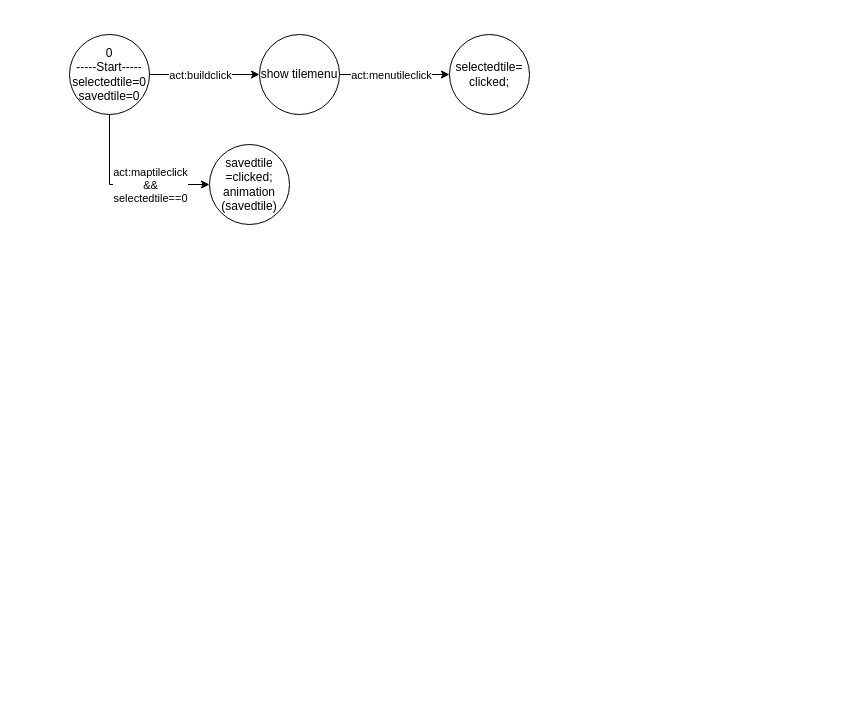
Trelel129/asset keeps this draw.io diagram as SurgaKulinerfsm.drawio. Above is the earlier version. Source tidied: cells renumbered, new cells numbered last; positions are measured from the earlier drawing's top-left corner, leaving out a move shared by most shapes. Both pictures are drawn from the tidied source at 100%, with x=0, y=0 at pixel (69, 34).
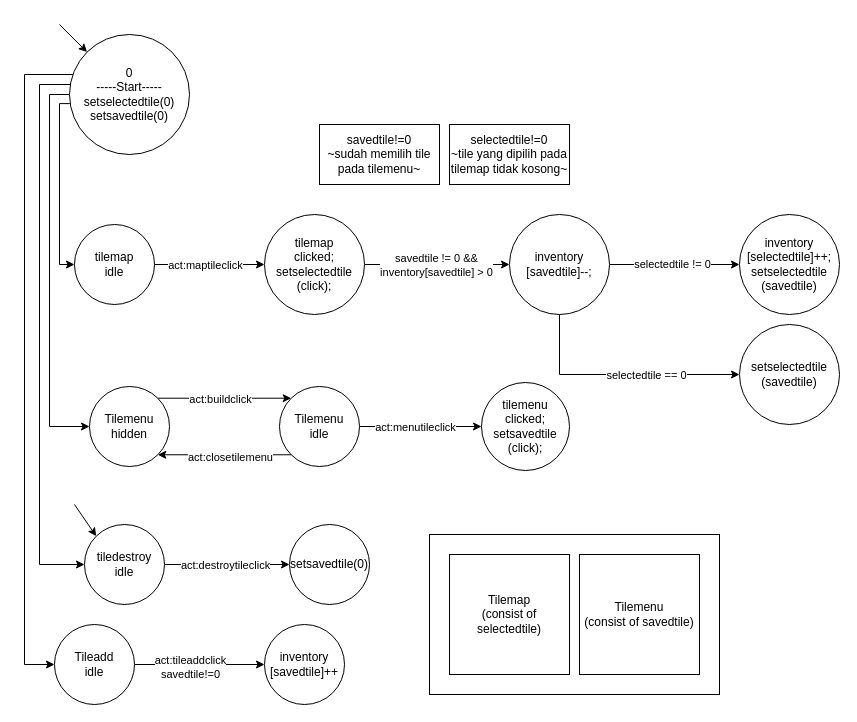
Above is the later version.

The edit, as a diff of the source:
```diff
@@
-    <mxCell id="2" style="edgeStyle=orthogonalEdgeStyle;rounded=0;jettySize=auto;html=1;entryX=0;entryY=0.5;entryDx=0;entryDy=0;" parent="1" edge="1" source="6" target="9">
-      <mxGeometry relative="1" as="geometry" />
-    </mxCell>
+    <mxCell id="12" style="edgeStyle=orthogonalEdgeStyle;rounded=0;jettySize=auto;html=1;entryX=0;entryY=0.5;entryDx=0;entryDy=0;exitX=0.003;exitY=0.576;exitDx=0;exitDy=0;exitPerimeter=0;" parent="1" edge="1" source="6" target="18">
+      <mxGeometry relative="1" as="geometry">
+        <Array as="points">
+          <mxPoint x="-10" y="69" />
+          <mxPoint x="-10" y="230" />
+        </Array>
+      </mxGeometry>
+    </mxCell>
+    <mxCell id="13" style="edgeStyle=orthogonalEdgeStyle;rounded=0;jettySize=auto;html=1;entryX=0;entryY=0.5;entryDx=0;entryDy=0;exitX=0;exitY=0.5;exitDx=0;exitDy=0;" parent="1" edge="1" source="6" target="34">
+      <mxGeometry relative="1" as="geometry">
+        <Array as="points">
+          <mxPoint x="-20" y="60" />
+          <mxPoint x="-20" y="392" />
+        </Array>
+      </mxGeometry>
+    </mxCell>
+    <mxCell id="14" style="edgeStyle=orthogonalEdgeStyle;rounded=0;jettySize=auto;html=1;entryX=0;entryY=0.5;entryDx=0;entryDy=0;" parent="1" edge="1" source="6" target="44">
+      <mxGeometry relative="1" as="geometry">
+        <Array as="points">
+          <mxPoint x="-30" y="50" />
+          <mxPoint x="-30" y="530" />
+        </Array>
+      </mxGeometry>
+    </mxCell>
+    <mxCell id="15" style="edgeStyle=orthogonalEdgeStyle;rounded=0;jettySize=auto;html=1;" parent="1" edge="1" source="6" target="49">
+      <mxGeometry relative="1" as="geometry">
+        <Array as="points">
+          <mxPoint x="-45" y="40" />
+          <mxPoint x="-45" y="630" />
+        </Array>
+      </mxGeometry>
+    </mxCell>
+    <mxCell id="6" value="&lt;div&gt;0&lt;/div&gt;-----Start-----&lt;div&gt;setselectedtile(0)&lt;/div&gt;&lt;div&gt;setsavedtile(0)&lt;/div&gt;" style="ellipse;whiteSpace=wrap;html=1;" parent="1" vertex="1">
+      <mxGeometry width="120" height="120" as="geometry" />
+    </mxCell>
+    <mxCell id="16" style="edgeStyle=orthogonalEdgeStyle;rounded=0;jettySize=auto;html=1;entryX=0;entryY=0.5;entryDx=0;entryDy=0;" parent="1" edge="1" source="18" target="21">
+      <mxGeometry relative="1" as="geometry" />
+    </mxCell>
+    <mxCell id="17" value="act:maptileclick" style="edgeLabel;html=1;align=center;verticalAlign=middle;" parent="16" vertex="1">
+      <mxGeometry x="-0.1" y="1" relative="1" as="geometry">
+        <mxPoint y="1" as="offset" />
+      </mxGeometry>
+    </mxCell>
+    <mxCell id="18" value="tilemap&lt;br&gt;idle" style="ellipse;whiteSpace=wrap;html=1;" parent="1" vertex="1">
+      <mxGeometry x="5" y="190" width="80" height="80" as="geometry" />
+    </mxCell>
+    <mxCell id="19" style="edgeStyle=orthogonalEdgeStyle;rounded=0;jettySize=auto;html=1;exitX=1;exitY=0.5;exitDx=0;exitDy=0;" parent="1" edge="1" source="21" target="29">
+      <mxGeometry relative="1" as="geometry" />
+    </mxCell>
+    <mxCell id="20" value="savedtile != 0 &amp;amp;&amp;amp;&lt;br&gt;inventory[savedtile] &amp;gt; 0" style="edgeLabel;html=1;align=center;verticalAlign=middle;" parent="19" vertex="1">
+      <mxGeometry x="-0.14" y="-1" relative="1" as="geometry">
+        <mxPoint x="9" y="-1" as="offset" />
+      </mxGeometry>
+    </mxCell>
+    <mxCell id="21" value="tilemap&lt;br&gt;clicked;&lt;br&gt;setselectedtile&lt;br&gt;(click);" style="ellipse;whiteSpace=wrap;html=1;" parent="1" vertex="1">
+      <mxGeometry x="195" y="180" width="100" height="100" as="geometry" />
+    </mxCell>
+    <mxCell id="22" style="rounded=0;whiteSpace=wrap;html=1;" parent="1" vertex="1">
+      <mxGeometry x="360" y="500" width="290" height="160" as="geometry" />
+    </mxCell>
+    <mxCell id="23" value="Tilemap&lt;br&gt;(consist of selectedtile)" style="whiteSpace=wrap;html=1;" parent="1" vertex="1">
+      <mxGeometry x="380" y="520" width="120" height="120" as="geometry" />
+    </mxCell>
+    <mxCell id="24" value="Tilemenu&lt;br&gt;(consist of savedtile)" style="whiteSpace=wrap;html=1;" parent="1" vertex="1">
+      <mxGeometry x="510" y="520" width="120" height="120" as="geometry" />
+    </mxCell>
+    <mxCell id="25" style="edgeStyle=orthogonalEdgeStyle;rounded=0;jettySize=auto;html=1;" parent="1" edge="1" source="29" target="40">
+      <mxGeometry relative="1" as="geometry" />
+    </mxCell>
+    <mxCell id="26" value="selectedtile != 0" style="edgeLabel;html=1;align=center;verticalAlign=middle;" parent="25" vertex="1">
+      <mxGeometry x="-0.05" y="1" relative="1" as="geometry" />
+    </mxCell>
+    <mxCell id="27" style="edgeStyle=orthogonalEdgeStyle;rounded=0;jettySize=auto;html=1;entryX=0;entryY=0.5;entryDx=0;entryDy=0;" parent="1" edge="1" source="29" target="41">
+      <mxGeometry relative="1" as="geometry">
+        <Array as="points">
+          <mxPoint x="490" y="340" />
+        </Array>
+      </mxGeometry>
+    </mxCell>
+    <mxCell id="28" value="selectedtile == 0" style="edgeLabel;html=1;align=center;verticalAlign=middle;" parent="27" vertex="1">
+      <mxGeometry x="0.22" relative="1" as="geometry" />
+    </mxCell>
+    <mxCell id="29" value="&lt;div&gt;inventory&lt;br&gt;[savedtile]--;&lt;/div&gt;" style="ellipse;whiteSpace=wrap;html=1;" parent="1" vertex="1">
+      <mxGeometry x="440" y="180" width="100" height="100" as="geometry" />
+    </mxCell>
+    <mxCell id="30" style="endArrow=classic;html=1;rounded=0;entryX=0;entryY=0;entryDx=0;entryDy=0;" parent="1" edge="1" target="6">
+      <mxGeometry relative="1" as="geometry">
+        <mxPoint x="-10" y="-10" as="sourcePoint" />
+      </mxGeometry>
+    </mxCell>
+    <mxCell id="31" style="edgeStyle=orthogonalEdgeStyle;rounded=0;jettySize=auto;html=1;entryX=0;entryY=0.5;entryDx=0;entryDy=0;exitX=1;exitY=0.5;exitDx=0;exitDy=0;" parent="1" edge="1" source="37" target="32">
+      <mxGeometry relative="1" as="geometry" />
+    </mxCell>
+    <mxCell id="8" value="act:menutileclick" style="edgeLabel;html=1;align=center;verticalAlign=middle;" parent="31" vertex="1">
+      <mxGeometry x="-0.1" y="1" relative="1" as="geometry">
+        <mxPoint y="1" as="offset" />
+      </mxGeometry>
+    </mxCell>
+    <mxCell id="32" value="tilemenu&lt;br&gt;clicked;&lt;br&gt;setsavedtile&lt;br&gt;(click);" style="ellipse;whiteSpace=wrap;html=1;" parent="1" vertex="1">
+      <mxGeometry x="412" y="348" width="88" height="88" as="geometry" />
+    </mxCell>
+    <mxCell id="33" style="edgeStyle=orthogonalEdgeStyle;rounded=0;jettySize=auto;html=1;exitX=1;exitY=0;exitDx=0;exitDy=0;entryX=0;entryY=0;entryDx=0;entryDy=0;" parent="1" edge="1" source="34" target="37">
+      <mxGeometry relative="1" as="geometry" />
+    </mxCell>
-    <mxCell id="3" value="act:buildclick" style="edgeLabel;html=1;align=center;verticalAlign=middle;" parent="2" vertex="1">
-      <mxGeometry x="-0.27" relative="1" as="geometry">
-        <mxPoint x="10" as="offset" />
-      </mxGeometry>
+    <mxCell id="3" value="act:buildclick" style="edgeLabel;html=1;align=center;verticalAlign=middle;" parent="33" vertex="1">
+      <mxGeometry x="-0.07" y="-1" relative="1" as="geometry" />
     </mxCell>
-    <mxCell id="4" style="edgeStyle=orthogonalEdgeStyle;rounded=0;jettySize=auto;html=1;entryX=0;entryY=0.5;entryDx=0;entryDy=0;" parent="1" edge="1" source="6" target="10">
-      <mxGeometry relative="1" as="geometry">
-        <Array as="points">
-          <mxPoint x="40" y="150" />
-        </Array>
-      </mxGeometry>
-    </mxCell>
-    <mxCell id="5" value="act:maptileclick&lt;br&gt;&amp;amp;&amp;amp;&lt;br&gt;selectedtile==0" style="edgeLabel;html=1;align=center;verticalAlign=middle;" parent="4" vertex="1">
-      <mxGeometry x="0.13" y="1" relative="1" as="geometry">
-        <mxPoint x="14" y="1" as="offset" />
-      </mxGeometry>
-    </mxCell>
-    <mxCell id="6" value="&lt;div&gt;0&lt;/div&gt;-----Start-----&lt;div&gt;selectedtile=0&lt;/div&gt;&lt;div&gt;savedtile=0&lt;/div&gt;" style="ellipse;whiteSpace=wrap;html=1;" parent="1" vertex="1">
-      <mxGeometry width="80" height="80" as="geometry" />
-    </mxCell>
-    <mxCell id="7" style="edgeStyle=orthogonalEdgeStyle;rounded=0;jettySize=auto;html=1;" parent="1" edge="1" source="9" target="11">
-      <mxGeometry relative="1" as="geometry" />
-    </mxCell>
-    <mxCell id="8" value="act:menutileclick" style="edgeLabel;html=1;align=center;verticalAlign=middle;" parent="7" vertex="1">
-      <mxGeometry x="-0.35" y="3" relative="1" as="geometry">
-        <mxPoint x="15" y="3" as="offset" />
-      </mxGeometry>
-    </mxCell>
-    <mxCell id="9" value="show tilemenu" style="ellipse;whiteSpace=wrap;html=1;" parent="1" vertex="1">
-      <mxGeometry x="190" width="80" height="80" as="geometry" />
-    </mxCell>
-    <mxCell id="10" value="savedtile&lt;br&gt;=clicked;&lt;br&gt;animation&lt;br&gt;(savedtile)" style="ellipse;whiteSpace=wrap;html=1;" parent="1" vertex="1">
-      <mxGeometry x="140" y="110" width="80" height="80" as="geometry" />
-    </mxCell>
-    <mxCell id="11" value="selectedtile=&lt;br&gt;clicked;" style="ellipse;whiteSpace=wrap;html=1;" parent="1" vertex="1">
-      <mxGeometry x="380" width="80" height="80" as="geometry" />
-    </mxCell>
+    <mxCell id="34" value="Tilemenu&lt;br&gt;hidden" style="ellipse;whiteSpace=wrap;html=1;" parent="1" vertex="1">
+      <mxGeometry x="20" y="352" width="80" height="80" as="geometry" />
+    </mxCell>
+    <mxCell id="35" style="edgeStyle=orthogonalEdgeStyle;rounded=0;jettySize=auto;html=1;entryX=1;entryY=1;entryDx=0;entryDy=0;exitX=0;exitY=1;exitDx=0;exitDy=0;" parent="1" edge="1" source="37" target="34">
+      <mxGeometry relative="1" as="geometry" />
+    </mxCell>
+    <mxCell id="36" value="act:closetilemenu" style="edgeLabel;html=1;align=center;verticalAlign=middle;" parent="35" vertex="1">
+      <mxGeometry x="0.21" y="2" relative="1" as="geometry">
+        <mxPoint x="20" as="offset" />
+      </mxGeometry>
+    </mxCell>
+    <mxCell id="37" value="Tilemenu&lt;br&gt;idle" style="ellipse;whiteSpace=wrap;html=1;" parent="1" vertex="1">
+      <mxGeometry x="210" y="352" width="80" height="80" as="geometry" />
+    </mxCell>
+    <mxCell id="38" value="savedtile!=0&lt;br&gt;~sudah memilih tile pada tilemenu~" style="rounded=0;whiteSpace=wrap;html=1;" parent="1" vertex="1">
+      <mxGeometry x="250" y="90" width="120" height="60" as="geometry" />
+    </mxCell>
+    <mxCell id="39" value="selectedtile!=0&lt;br&gt;~tile yang dipilih pada tilemap tidak kosong~" style="rounded=0;whiteSpace=wrap;html=1;" parent="1" vertex="1">
+      <mxGeometry x="380" y="90" width="120" height="60" as="geometry" />
+    </mxCell>
+    <mxCell id="40" value="&lt;div&gt;&lt;div&gt;inventory&lt;/div&gt;&lt;div&gt;[selectedtile]++;&lt;br&gt;setselectedtile&lt;br&gt;(savedtile)&lt;br&gt;&lt;/div&gt;&lt;/div&gt;" style="ellipse;whiteSpace=wrap;html=1;" parent="1" vertex="1">
+      <mxGeometry x="670" y="180" width="100" height="100" as="geometry" />
+    </mxCell>
+    <mxCell id="41" value="&lt;div&gt;&lt;div&gt;&lt;span style=&quot;background-color: initial;&quot;&gt;setselectedtile&lt;/span&gt;&lt;br&gt;&lt;/div&gt;&lt;div&gt;(savedtile)&lt;br&gt;&lt;/div&gt;&lt;/div&gt;" style="ellipse;whiteSpace=wrap;html=1;" parent="1" vertex="1">
+      <mxGeometry x="670" y="290" width="100" height="100" as="geometry" />
+    </mxCell>
+    <mxCell id="42" style="edgeStyle=orthogonalEdgeStyle;rounded=0;jettySize=auto;html=1;" parent="1" edge="1" source="44" target="46">
+      <mxGeometry relative="1" as="geometry" />
+    </mxCell>
+    <mxCell id="43" value="act:destroytileclick" style="edgeLabel;html=1;align=center;verticalAlign=middle;" parent="42" vertex="1">
+      <mxGeometry x="-0.57" y="1" relative="1" as="geometry">
+        <mxPoint x="33" y="1" as="offset" />
+      </mxGeometry>
+    </mxCell>
+    <mxCell id="44" value="tiledestroy&lt;div&gt;idle&lt;/div&gt;" style="ellipse;whiteSpace=wrap;html=1;" parent="1" vertex="1">
+      <mxGeometry x="15" y="490" width="80" height="80" as="geometry" />
+    </mxCell>
+    <mxCell id="45" style="endArrow=classic;html=1;rounded=0;entryX=0;entryY=0;entryDx=0;entryDy=0;" parent="1" edge="1" target="44">
+      <mxGeometry relative="1" as="geometry">
+        <mxPoint x="5" y="470" as="sourcePoint" />
+      </mxGeometry>
+    </mxCell>
+    <mxCell id="46" value="setsavedtile(0)" style="ellipse;whiteSpace=wrap;html=1;" parent="1" vertex="1">
+      <mxGeometry x="220" y="490" width="80" height="80" as="geometry" />
+    </mxCell>
+    <mxCell id="47" style="edgeStyle=orthogonalEdgeStyle;rounded=0;jettySize=auto;html=1;" parent="1" edge="1" source="49" target="50">
+      <mxGeometry relative="1" as="geometry" />
+    </mxCell>
+    <mxCell id="48" value="act:tileaddclick&lt;br&gt;savedtile!=0" style="edgeLabel;html=1;align=center;verticalAlign=middle;" parent="47" vertex="1">
+      <mxGeometry x="-0.15" y="-2" relative="1" as="geometry" />
+    </mxCell>
+    <mxCell id="49" value="Tileadd&lt;br&gt;idle" style="ellipse;whiteSpace=wrap;html=1;" parent="1" vertex="1">
+      <mxGeometry x="-15" y="590" width="80" height="80" as="geometry" />
+    </mxCell>
+    <mxCell id="50" value="inventory&lt;br&gt;[savedtile]++" style="ellipse;whiteSpace=wrap;html=1;" parent="1" vertex="1">
+      <mxGeometry x="195" y="590" width="80" height="80" as="geometry" />
+    </mxCell>
```
